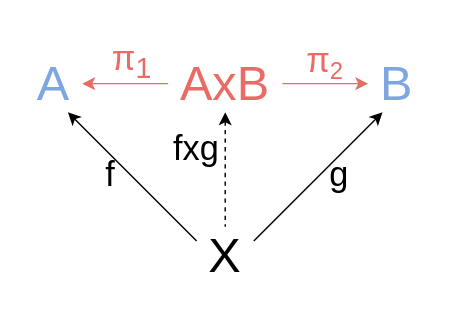
Before: page "product" (7 of 16) of Untitled Diagram.drawio in rprtr258/rprtr258.github.io, a draw.io diagram. Source tidied: cells renumbered, new cells numbered last; positions are measured from the earlier drawing's top-left corner, leaving out a move shared by most shapes. Both pictures are drawn from the tidied source at 143%, with x=0, y=0 at pixel (24, 40).
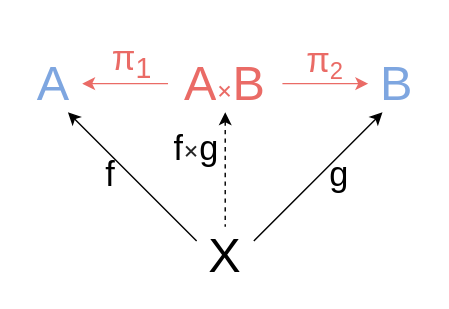
After the change.

The edit, as a diff of the source:
```diff
@@
 <mxGraphModel>
   <root>
     <mxCell id="0" />
     <mxCell id="1" parent="0" />
     <mxCell id="2" style="edgeStyle=orthogonalEdgeStyle;rounded=0;jettySize=auto;html=1;exitX=0;exitY=0.5;exitDx=0;exitDy=0;fontSize=34;strokeColor=#EA6B66;fontColor=#EA6B66;entryX=1;entryY=0.5;entryDx=0;entryDy=0;" parent="1" edge="1" source="6" target="4">
       <mxGeometry relative="1" as="geometry" />
     </mxCell>
     <mxCell id="3" style="rounded=0;jettySize=auto;html=1;fontSize=34;endArrow=none;endFill=0;startArrow=classic;startFill=1;exitX=0.75;exitY=1;exitDx=0;exitDy=0;entryX=0;entryY=0.25;entryDx=0;entryDy=0;" parent="1" edge="1" source="4" target="7">
       <mxGeometry relative="1" as="geometry" />
     </mxCell>
     <mxCell id="4" value="A" style="text;html=1;strokeColor=none;fillColor=none;align=center;verticalAlign=middle;whiteSpace=wrap;rounded=0;fontSize=34;fontColor=#7EA6E0;" parent="1" vertex="1">
       <mxGeometry y="10" width="40" height="40" as="geometry" />
     </mxCell>
     <mxCell id="5" style="edgeStyle=orthogonalEdgeStyle;rounded=0;jettySize=auto;html=1;exitX=0.5;exitY=1;exitDx=0;exitDy=0;fontSize=34;endArrow=none;endFill=0;startArrow=classic;startFill=1;dashed=1;entryX=0.5;entryY=0;entryDx=0;entryDy=0;" parent="1" edge="1" source="6" target="7">
       <mxGeometry relative="1" as="geometry" />
     </mxCell>
-    <mxCell id="6" value="AxB" style="text;html=1;strokeColor=none;fillColor=none;align=center;verticalAlign=middle;whiteSpace=wrap;rounded=0;fontSize=34;fontColor=#EA6B66;" parent="1" vertex="1">
+    <mxCell id="6" value="A&lt;span style=&quot;font-family: &amp;#34;pt serif&amp;#34; , &amp;#34;noto sans armenian&amp;#34; , &amp;#34;noto sans bengali&amp;#34; , &amp;#34;noto sans cherokee&amp;#34; , &amp;#34;noto sans devanagari&amp;#34; , &amp;#34;noto sans ethiopic&amp;#34; , &amp;#34;noto sans georgian&amp;#34; , &amp;#34;noto sans hebrew&amp;#34; , &amp;#34;noto sans kannada&amp;#34; , &amp;#34;noto sans khmer&amp;#34; , &amp;#34;noto sans lao&amp;#34; , &amp;#34;noto sans osmanya&amp;#34; , &amp;#34;noto sans tamil&amp;#34; , &amp;#34;noto sans telugu&amp;#34; , &amp;#34;noto sans thai&amp;#34; , serif ; font-size: 19px ; background-color: rgb(255 , 255 , 255)&quot;&gt;×&lt;/span&gt;B" style="text;html=1;strokeColor=none;fillColor=none;align=center;verticalAlign=middle;whiteSpace=wrap;rounded=0;fontSize=34;fontColor=#EA6B66;" parent="1" vertex="1">
       <mxGeometry x="100" y="10" width="80" height="40" as="geometry" />
     </mxCell>
     <mxCell id="7" value="X" style="text;html=1;strokeColor=none;fillColor=none;align=center;verticalAlign=middle;whiteSpace=wrap;rounded=0;fontSize=34;" parent="1" vertex="1">
       <mxGeometry x="120" y="130" width="40" height="40" as="geometry" />
     </mxCell>
     <mxCell id="8" value="&lt;font style=&quot;font-size: 24px&quot;&gt;π&lt;sub&gt;1&lt;/sub&gt;&lt;/font&gt;" style="text;html=1;strokeColor=none;fillColor=none;align=center;verticalAlign=middle;whiteSpace=wrap;rounded=0;fontSize=34;fontColor=#EA6B66;" parent="1" vertex="1">
       <mxGeometry x="55" width="40" height="20" as="geometry" />
     </mxCell>
     <mxCell id="9" value="&lt;font style=&quot;font-size: 24px&quot;&gt;g&lt;/font&gt;" style="text;html=1;strokeColor=none;fillColor=none;align=center;verticalAlign=middle;whiteSpace=wrap;rounded=0;fontSize=34;" parent="1" vertex="1">
       <mxGeometry x="200" y="80" width="40" height="20" as="geometry" />
     </mxCell>
     <mxCell id="10" value="&lt;span style=&quot;font-size: 24px&quot;&gt;f&lt;/span&gt;" style="text;html=1;strokeColor=none;fillColor=none;align=center;verticalAlign=middle;whiteSpace=wrap;rounded=0;fontSize=34;" parent="1" vertex="1">
       <mxGeometry x="35" y="80" width="50" height="20" as="geometry" />
     </mxCell>
     <mxCell id="11" style="edgeStyle=none;rounded=0;jettySize=auto;html=1;entryX=1;entryY=0.25;entryDx=0;entryDy=0;fontSize=34;endArrow=none;endFill=0;startArrow=classic;startFill=1;exitX=1;exitY=0.75;exitDx=0;exitDy=0;" parent="1" edge="1" source="12" target="7">
       <mxGeometry relative="1" as="geometry" />
     </mxCell>
     <mxCell id="12" value="B" style="text;html=1;strokeColor=none;fillColor=none;align=center;verticalAlign=middle;whiteSpace=wrap;rounded=0;fontSize=34;direction=south;fontColor=#7EA6E0;" parent="1" vertex="1">
       <mxGeometry x="240" y="10" width="40" height="40" as="geometry" />
     </mxCell>
     <mxCell id="13" style="edgeStyle=orthogonalEdgeStyle;rounded=0;jettySize=auto;html=1;exitX=1;exitY=0.5;exitDx=0;exitDy=0;fontSize=34;strokeColor=#EA6B66;fontColor=#EA6B66;entryX=0.5;entryY=1;entryDx=0;entryDy=0;" parent="1" edge="1" source="6" target="12">
       <mxGeometry relative="1" as="geometry" />
     </mxCell>
     <mxCell id="14" value="&lt;font style=&quot;font-size: 24px&quot;&gt;π&lt;/font&gt;&lt;font style=&quot;font-size: 20px&quot;&gt;&lt;sub&gt;2&lt;/sub&gt;&lt;/font&gt;" style="text;html=1;strokeColor=none;fillColor=none;align=center;verticalAlign=middle;whiteSpace=wrap;rounded=0;fontSize=34;fontColor=#EA6B66;" parent="1" vertex="1">
       <mxGeometry x="190" width="40" height="20" as="geometry" />
     </mxCell>
-    <mxCell id="15" value="&lt;span style=&quot;font-size: 24px&quot;&gt;fxg&lt;/span&gt;" style="text;html=1;strokeColor=none;fillColor=none;align=center;verticalAlign=middle;whiteSpace=wrap;rounded=0;fontSize=34;" parent="1" vertex="1">
+    <mxCell id="15" value="&lt;span style=&quot;font-size: 24px&quot;&gt;f&lt;/span&gt;&lt;span style=&quot;color: rgba(0 , 0 , 0 , 0.86) ; font-family: &amp;#34;pt serif&amp;#34; , &amp;#34;noto sans armenian&amp;#34; , &amp;#34;noto sans bengali&amp;#34; , &amp;#34;noto sans cherokee&amp;#34; , &amp;#34;noto sans devanagari&amp;#34; , &amp;#34;noto sans ethiopic&amp;#34; , &amp;#34;noto sans georgian&amp;#34; , &amp;#34;noto sans hebrew&amp;#34; , &amp;#34;noto sans kannada&amp;#34; , &amp;#34;noto sans khmer&amp;#34; , &amp;#34;noto sans lao&amp;#34; , &amp;#34;noto sans osmanya&amp;#34; , &amp;#34;noto sans tamil&amp;#34; , &amp;#34;noto sans telugu&amp;#34; , &amp;#34;noto sans thai&amp;#34; , serif ; font-size: 19px ; background-color: rgb(255 , 255 , 255)&quot;&gt;×&lt;/span&gt;&lt;span style=&quot;font-size: 24px&quot;&gt;g&lt;/span&gt;" style="text;html=1;strokeColor=none;fillColor=none;align=center;verticalAlign=middle;whiteSpace=wrap;rounded=0;fontSize=34;" parent="1" vertex="1">
       <mxGeometry x="95" y="62" width="50" height="20" as="geometry" />
     </mxCell>
   </root>
 </mxGraphModel>
```
